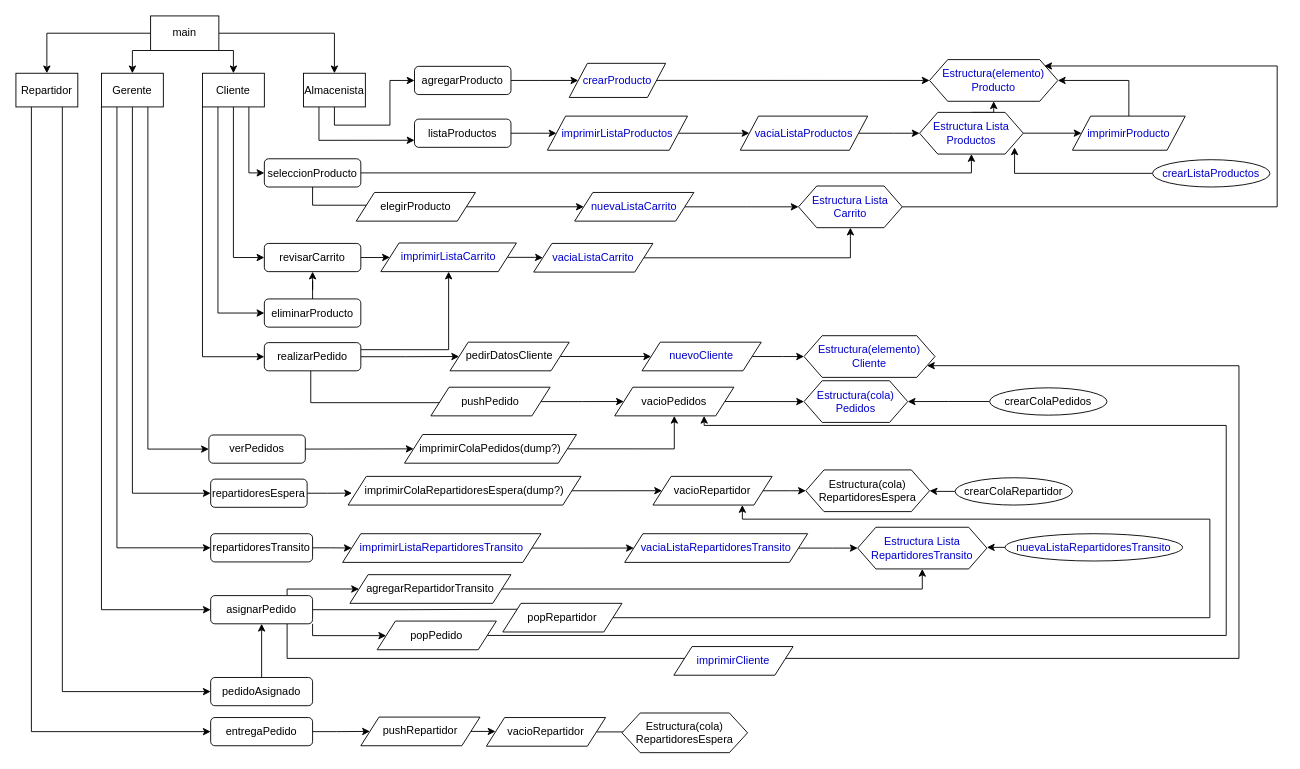
Above: DiagramaFlujo-ProyectoC.drawio in AlairTox/proyectoC (draw.io), before the change. Source tidied: cells renumbered, new cells numbered last; positions are measured from the earlier drawing's top-left corner, leaving out a move shared by most shapes. Both pictures are drawn from the tidied source at 91%, with x=0, y=0 at pixel (15, 15).
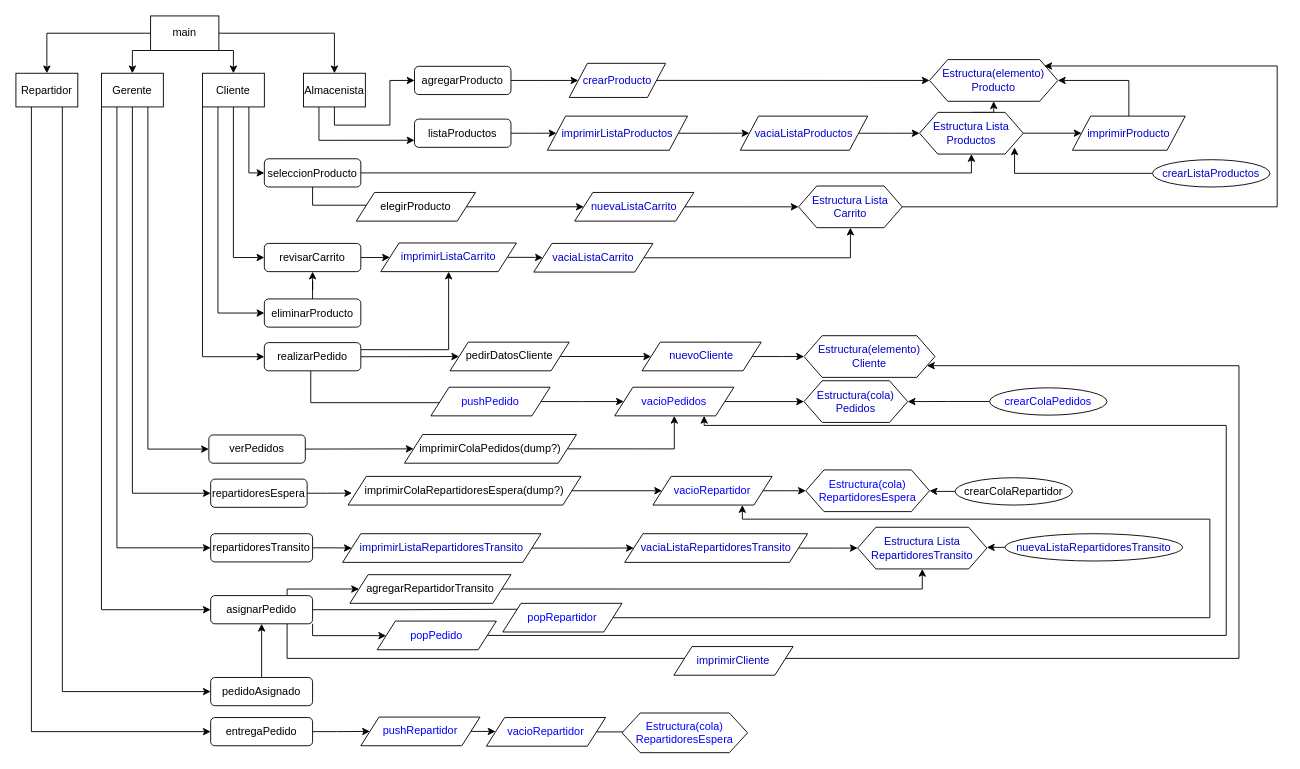
The same page after the edit.

Commit message:
actualización-Diagrama

Diff of the diagram source:
```diff
@@
-    <mxCell id="66" value="pushPedido" style="shape=parallelogram;perimeter=parallelogramPerimeter;whiteSpace=wrap;html=1;fixedSize=1;" parent="1" vertex="1">
+    <mxCell id="66" value="&lt;font color=&quot;#0000ff&quot;&gt;pushPedido&lt;/font&gt;" style="shape=parallelogram;perimeter=parallelogramPerimeter;whiteSpace=wrap;html=1;fixedSize=1;" parent="1" vertex="1">
       <mxGeometry x="456" y="408" width="131" height="31.5" as="geometry" />
     </mxCell>
@@
-    <mxCell id="68" value="vacioPedidos" style="shape=parallelogram;perimeter=parallelogramPerimeter;whiteSpace=wrap;html=1;fixedSize=1;" parent="1" vertex="1">
+    <mxCell id="68" value="&lt;font color=&quot;#0000ff&quot;&gt;vacioPedidos&lt;/font&gt;" style="shape=parallelogram;perimeter=parallelogramPerimeter;whiteSpace=wrap;html=1;fixedSize=1;" parent="1" vertex="1">
       <mxGeometry x="658" y="408" width="131" height="31.5" as="geometry" />
     </mxCell>
@@
-    <mxCell id="73" value="crearColaPedidos" style="ellipse;whiteSpace=wrap;html=1;" parent="1" vertex="1">
+    <mxCell id="73" value="&lt;font color=&quot;#0000ff&quot;&gt;crearColaPedidos&lt;/font&gt;" style="ellipse;whiteSpace=wrap;html=1;" parent="1" vertex="1">
       <mxGeometry x="1070" y="408.7" width="129" height="30" as="geometry" />
     </mxCell>
@@
-    <mxCell id="83" value="vacioRepartidor" style="shape=parallelogram;perimeter=parallelogramPerimeter;whiteSpace=wrap;html=1;fixedSize=1;" parent="1" vertex="1">
+    <mxCell id="83" value="&lt;font color=&quot;#0000ff&quot;&gt;vacioRepartidor&lt;/font&gt;" style="shape=parallelogram;perimeter=parallelogramPerimeter;whiteSpace=wrap;html=1;fixedSize=1;" parent="1" vertex="1">
       <mxGeometry x="700" y="506" width="131" height="31.5" as="geometry" />
     </mxCell>
-    <mxCell id="84" value="Estructura(cola) RepartidoresEspera" style="shape=hexagon;perimeter=hexagonPerimeter2;whiteSpace=wrap;html=1;fixedSize=1;" parent="1" vertex="1">
+    <mxCell id="84" value="&lt;font color=&quot;#0000ff&quot;&gt;Estructura(cola) RepartidoresEspera&lt;/font&gt;" style="shape=hexagon;perimeter=hexagonPerimeter2;whiteSpace=wrap;html=1;fixedSize=1;" parent="1" vertex="1">
       <mxGeometry x="868" y="498.9" width="136" height="45.8" as="geometry" />
     </mxCell>
@@
-    <mxCell id="102" value="popRepartidor" style="shape=parallelogram;perimeter=parallelogramPerimeter;whiteSpace=wrap;html=1;fixedSize=1;" parent="1" vertex="1">
+    <mxCell id="102" value="&lt;font color=&quot;#0000ff&quot;&gt;popRepartidor&lt;/font&gt;" style="shape=parallelogram;perimeter=parallelogramPerimeter;whiteSpace=wrap;html=1;fixedSize=1;" parent="1" vertex="1">
       <mxGeometry x="535" y="645.5" width="131" height="31.5" as="geometry" />
     </mxCell>
@@
-    <mxCell id="106" value="popPedido" style="shape=parallelogram;perimeter=parallelogramPerimeter;whiteSpace=wrap;html=1;fixedSize=1;" parent="1" vertex="1">
+    <mxCell id="106" value="&lt;font color=&quot;#0000ff&quot;&gt;popPedido&lt;/font&gt;" style="shape=parallelogram;perimeter=parallelogramPerimeter;whiteSpace=wrap;html=1;fixedSize=1;" parent="1" vertex="1">
       <mxGeometry x="397" y="665" width="131" height="31.5" as="geometry" />
     </mxCell>
@@
-    <mxCell id="112" value="pushRepartidor" style="shape=parallelogram;perimeter=parallelogramPerimeter;whiteSpace=wrap;html=1;fixedSize=1;" parent="1" vertex="1">
+    <mxCell id="112" value="&lt;font color=&quot;#0000ff&quot;&gt;pushRepartidor&lt;/font&gt;" style="shape=parallelogram;perimeter=parallelogramPerimeter;whiteSpace=wrap;html=1;fixedSize=1;" parent="1" vertex="1">
       <mxGeometry x="379" y="770.5" width="131" height="31.5" as="geometry" />
     </mxCell>
@@
-    <mxCell id="114" value="vacioRepartidor" style="shape=parallelogram;perimeter=parallelogramPerimeter;whiteSpace=wrap;html=1;fixedSize=1;" parent="1" vertex="1">
+    <mxCell id="114" value="&lt;font color=&quot;#0000ff&quot;&gt;vacioRepartidor&lt;/font&gt;" style="shape=parallelogram;perimeter=parallelogramPerimeter;whiteSpace=wrap;html=1;fixedSize=1;" parent="1" vertex="1">
       <mxGeometry x="517" y="771" width="131" height="31.5" as="geometry" />
     </mxCell>
-    <mxCell id="115" value="Estructura(cola) RepartidoresEspera" style="shape=hexagon;perimeter=hexagonPerimeter2;whiteSpace=wrap;html=1;fixedSize=1;" parent="1" vertex="1">
+    <mxCell id="115" value="&lt;font color=&quot;#0000ff&quot;&gt;Estructura(cola) RepartidoresEspera&lt;/font&gt;" style="shape=hexagon;perimeter=hexagonPerimeter2;whiteSpace=wrap;html=1;fixedSize=1;" parent="1" vertex="1">
       <mxGeometry x="666" y="766" width="138" height="43.6" as="geometry" />
     </mxCell>
```
